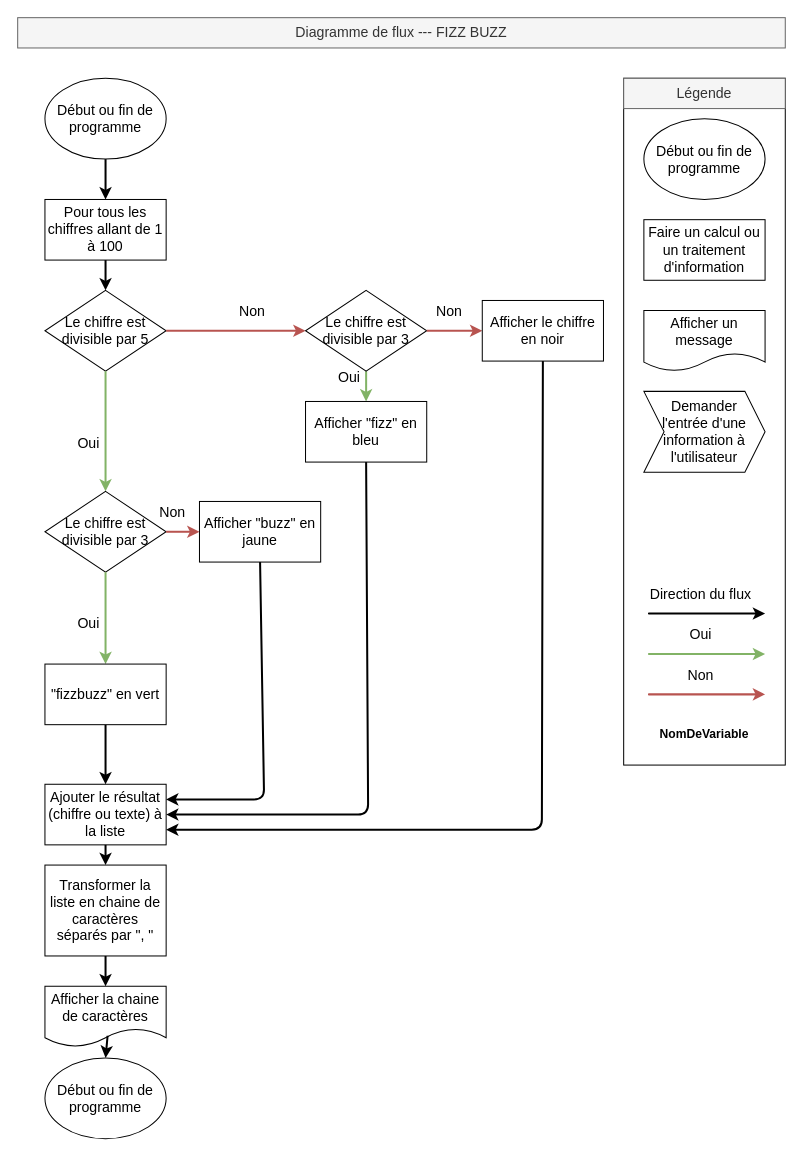
This is Fizz Buzz/Diag flux.drawio from Aurelia61/Exam, a draw.io file, before an edit. Source tidied: cells renumbered, new cells numbered last; positions are measured from the earlier drawing's top-left corner, leaving out a move shared by most shapes. Both pictures are drawn from the tidied source at 101%, with x=0, y=0 at pixel (17, 17).
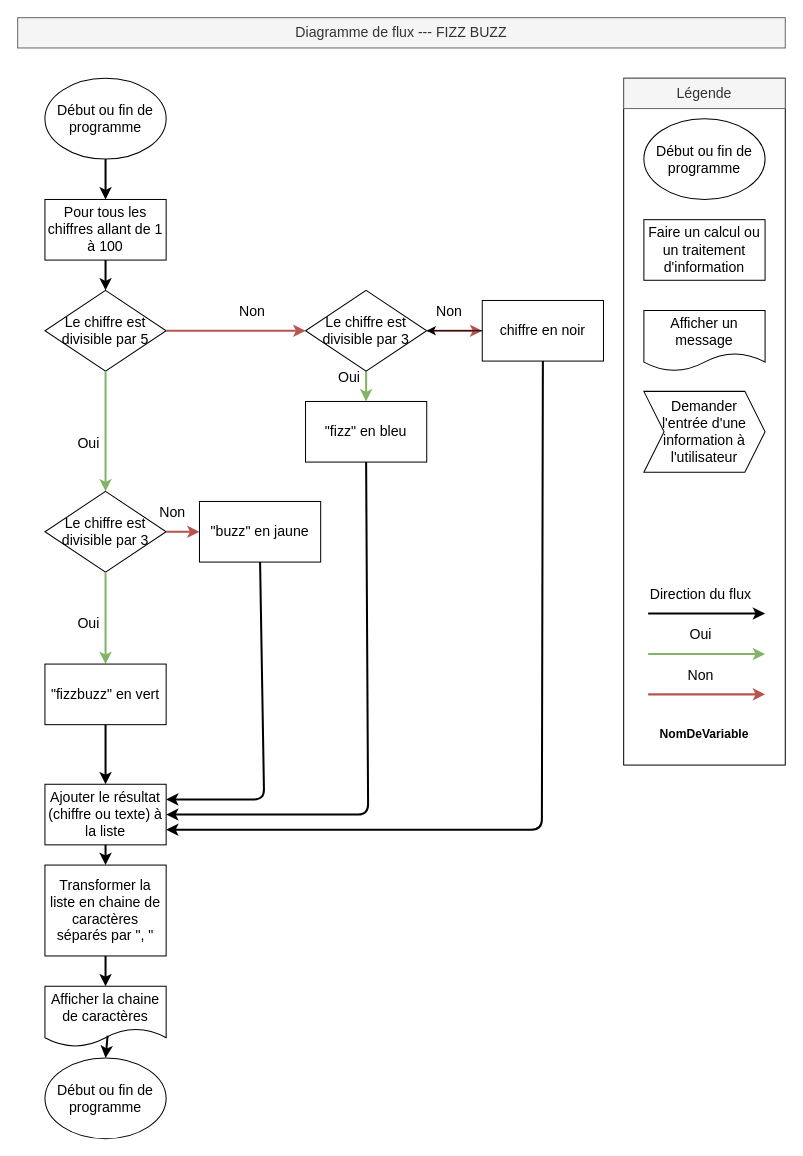
Above is the later version.

Unchanged cells that the change refers to:
```xml
<mxCell id="14" value="Le chiffre est divisible par 3" style="rhombus;whiteSpace=wrap;html=1;fontSize=14;" parent="1" vertex="1">
  <mxGeometry x="285" y="270" width="120" height="80" as="geometry" />
</mxCell>
```

The edit, as a diff of the source:
```diff
@@
-    <mxCell id="46" value="Afficher &quot;fizz&quot; en bleu" style="rounded=0;whiteSpace=wrap;html=1;fontSize=14;" parent="1" vertex="1">
+    <mxCell id="46" value="&quot;fizz&quot; en bleu" style="rounded=0;whiteSpace=wrap;html=1;fontSize=14;" parent="1" vertex="1">
       <mxGeometry x="285" y="380" width="120" height="60" as="geometry" />
     </mxCell>
@@
-    <mxCell id="48" value="Afficher &quot;buzz&quot; en jaune" style="rounded=0;whiteSpace=wrap;html=1;fontSize=14;" parent="1" vertex="1">
+    <mxCell id="48" value="&quot;buzz&quot; en jaune" style="rounded=0;whiteSpace=wrap;html=1;fontSize=14;" parent="1" vertex="1">
       <mxGeometry x="180" y="479" width="120" height="60" as="geometry" />
     </mxCell>
+    <mxCell id="50" style="edgeStyle=orthogonalEdgeStyle;rounded=0;jettySize=auto;html=1;" parent="1" edge="1" source="49" target="14">
+      <mxGeometry relative="1" as="geometry" />
+    </mxCell>
-    <mxCell id="49" value="Afficher le chiffre en noir" style="rounded=0;whiteSpace=wrap;html=1;fontSize=14;" parent="1" vertex="1">
+    <mxCell id="49" value="chiffre en noir" style="rounded=0;whiteSpace=wrap;html=1;fontSize=14;" parent="1" vertex="1">
       <mxGeometry x="460" y="280" width="120" height="60" as="geometry" />
     </mxCell>
```
